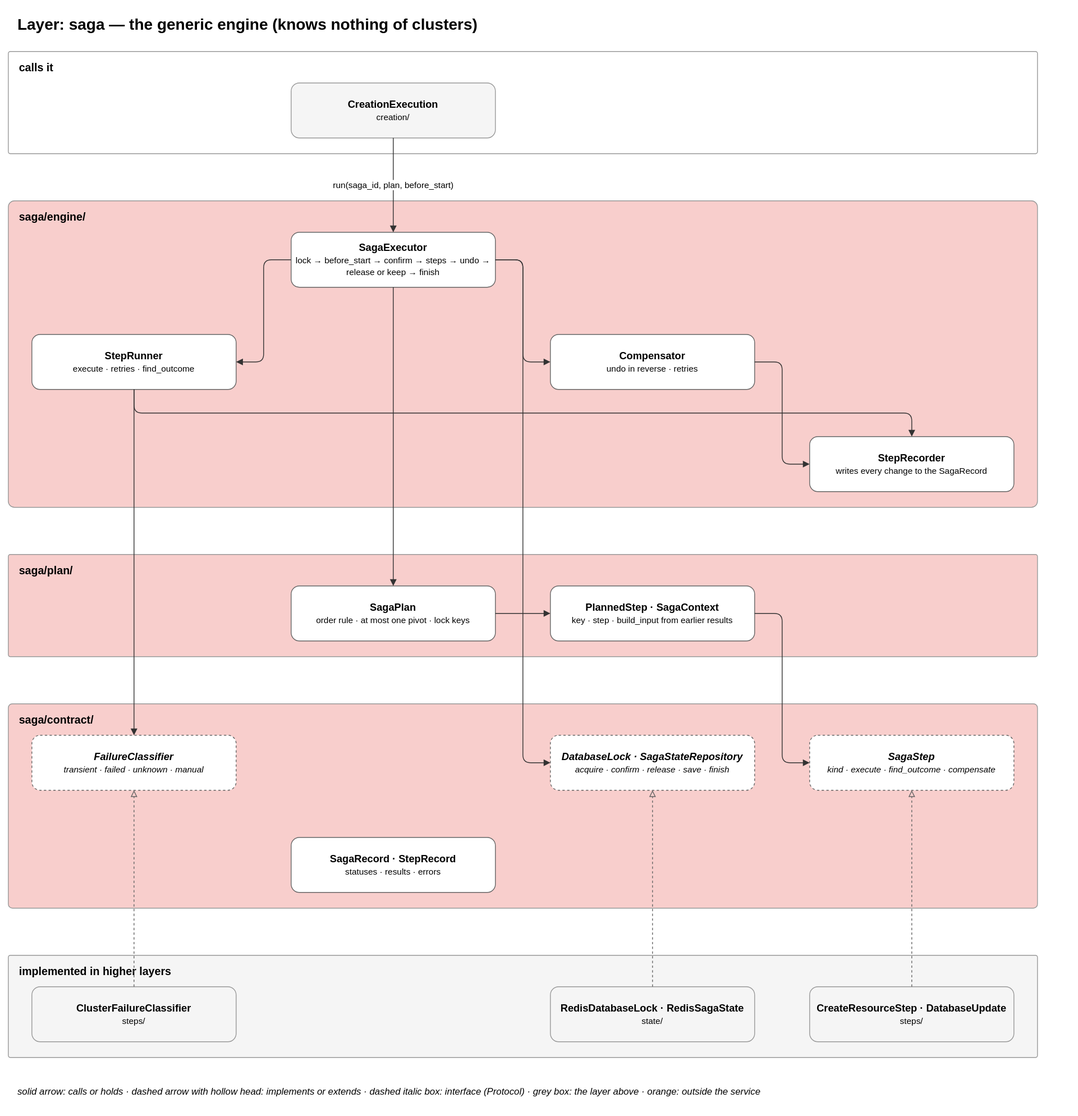
The draw.io diagram docs/diagrams/06-layer-saga.drawio.svg in EliShteinman/redis-enterprise-services, before a commit. Source tidied: cells renumbered, new cells last; positions are measured from the earlier drawing's top-left corner, leaving out a move shared by most shapes.
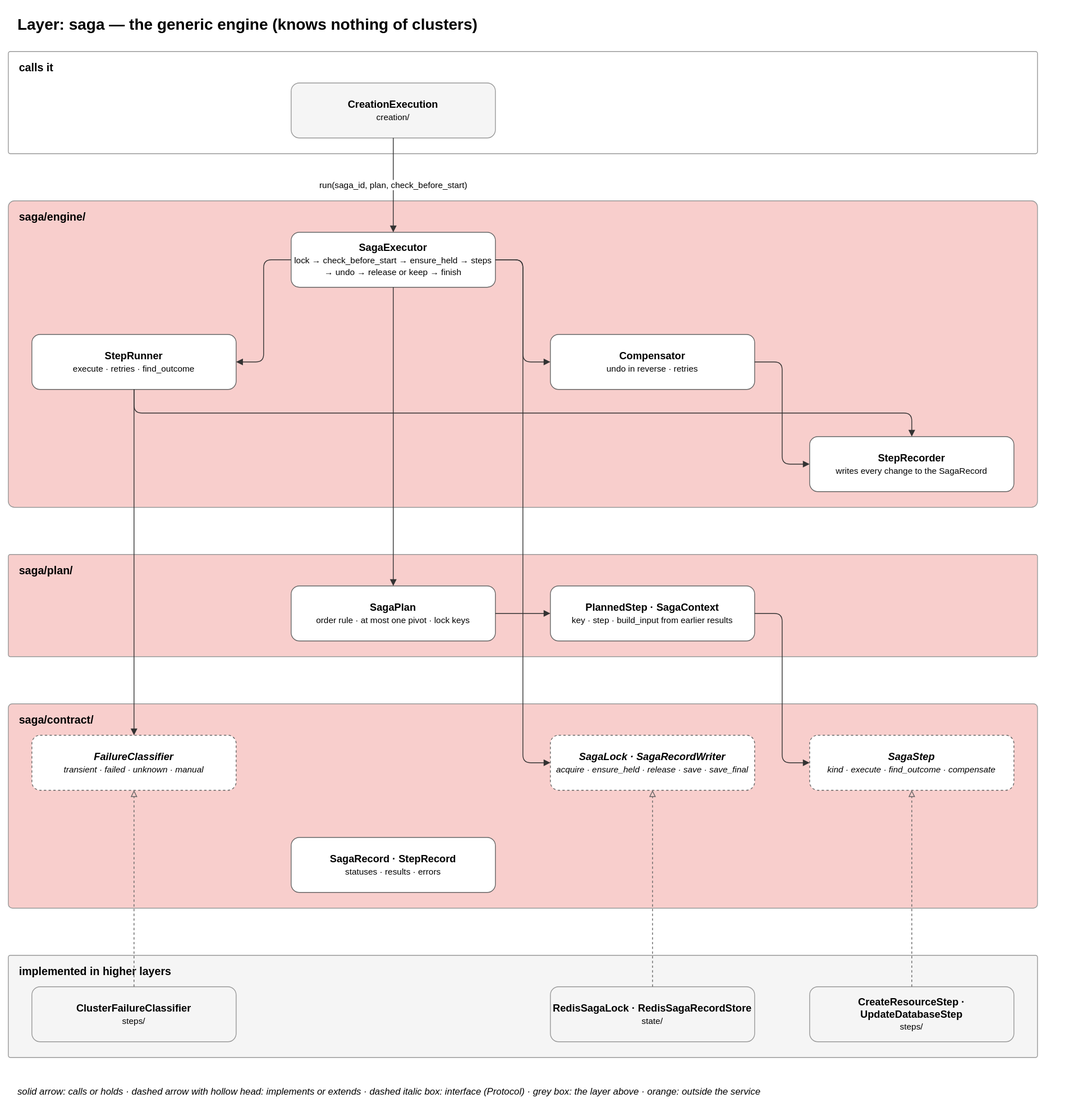
Above is the later version.

What changed in the source:
```diff
@@ -14,7 +14,7 @@
     <mxCell id="5" value="&lt;b&gt;saga/engine/&lt;/b&gt;" style="rounded=1;arcSize=2;fillColor=#f8cecc;strokeColor=#999999;verticalAlign=top;align=left;spacingLeft=12;spacingTop=6;html=1;fontSize=14;" parent="1" vertex="1">
       <mxGeometry y="245" width="1310" height="390" as="geometry" />
     </mxCell>
-    <mxCell id="6" value="&lt;b&gt;SagaExecutor&lt;/b&gt;&lt;br&gt;&lt;font style='font-size:11px'&gt;lock → before_start → confirm → steps → undo → release or keep → finish&lt;/font&gt;" style="rounded=1;whiteSpace=wrap;html=1;fillColor=#ffffff;strokeColor=#666666;fontSize=13;" parent="1" vertex="1">
+    <mxCell id="6" value="&lt;b&gt;SagaExecutor&lt;/b&gt;&lt;br&gt;&lt;font style='font-size:11px'&gt;lock → check_before_start → ensure_held → steps → undo → release or keep → finish&lt;/font&gt;" style="rounded=1;whiteSpace=wrap;html=1;fillColor=#ffffff;strokeColor=#666666;fontSize=13;" parent="1" vertex="1">
       <mxGeometry x="360" y="285" width="260" height="70" as="geometry" />
     </mxCell>
     <mxCell id="7" value="&lt;b&gt;StepRunner&lt;/b&gt;&lt;br&gt;&lt;font style='font-size:11px'&gt;execute · retries · find_outcome&lt;/font&gt;" style="rounded=1;whiteSpace=wrap;html=1;fillColor=#ffffff;strokeColor=#666666;fontSize=13;" parent="1" vertex="1">
@@ -41,7 +41,7 @@
     <mxCell id="14" value="&lt;b&gt;FailureClassifier&lt;/b&gt;&lt;br&gt;&lt;font style='font-size:11px'&gt;transient · failed · unknown · manual&lt;/font&gt;" style="rounded=1;whiteSpace=wrap;html=1;fillColor=#ffffff;strokeColor=#666666;fontSize=13;dashed=1;fontStyle=2;" parent="1" vertex="1">
       <mxGeometry x="30" y="925" width="260" height="70" as="geometry" />
     </mxCell>
-    <mxCell id="15" value="&lt;b&gt;DatabaseLock · SagaStateRepository&lt;/b&gt;&lt;br&gt;&lt;font style='font-size:11px'&gt;acquire · confirm · release · save · finish&lt;/font&gt;" style="rounded=1;whiteSpace=wrap;html=1;fillColor=#ffffff;strokeColor=#666666;fontSize=13;dashed=1;fontStyle=2;" parent="1" vertex="1">
+    <mxCell id="15" value="&lt;b&gt;SagaLock · SagaRecordWriter&lt;/b&gt;&lt;br&gt;&lt;font style='font-size:11px'&gt;acquire · ensure_held · release · save · save_final&lt;/font&gt;" style="rounded=1;whiteSpace=wrap;html=1;fillColor=#ffffff;strokeColor=#666666;fontSize=13;dashed=1;fontStyle=2;" parent="1" vertex="1">
       <mxGeometry x="690" y="925" width="260" height="70" as="geometry" />
     </mxCell>
     <mxCell id="16" value="&lt;b&gt;SagaStep&lt;/b&gt;&lt;br&gt;&lt;font style='font-size:11px'&gt;kind · execute · find_outcome · compensate&lt;/font&gt;" style="rounded=1;whiteSpace=wrap;html=1;fillColor=#ffffff;strokeColor=#666666;fontSize=13;dashed=1;fontStyle=2;" parent="1" vertex="1">
@@ -56,13 +56,13 @@
     <mxCell id="19" value="&lt;b&gt;ClusterFailureClassifier&lt;/b&gt;&lt;br&gt;&lt;font style='font-size:11px'&gt;steps/&lt;/font&gt;" style="rounded=1;whiteSpace=wrap;html=1;fillColor=#f5f5f5;strokeColor=#999999;fontSize=13;" parent="1" vertex="1">
       <mxGeometry x="30" y="1245" width="260" height="70" as="geometry" />
     </mxCell>
-    <mxCell id="20" value="&lt;b&gt;RedisDatabaseLock · RedisSagaState&lt;/b&gt;&lt;br&gt;&lt;font style='font-size:11px'&gt;state/&lt;/font&gt;" style="rounded=1;whiteSpace=wrap;html=1;fillColor=#f5f5f5;strokeColor=#999999;fontSize=13;" parent="1" vertex="1">
+    <mxCell id="20" value="&lt;b&gt;RedisSagaLock · RedisSagaRecordStore&lt;/b&gt;&lt;br&gt;&lt;font style='font-size:11px'&gt;state/&lt;/font&gt;" style="rounded=1;whiteSpace=wrap;html=1;fillColor=#f5f5f5;strokeColor=#999999;fontSize=13;" parent="1" vertex="1">
       <mxGeometry x="690" y="1245" width="260" height="70" as="geometry" />
     </mxCell>
-    <mxCell id="21" value="&lt;b&gt;CreateResourceStep · DatabaseUpdate&lt;/b&gt;&lt;br&gt;&lt;font style='font-size:11px'&gt;steps/&lt;/font&gt;" style="rounded=1;whiteSpace=wrap;html=1;fillColor=#f5f5f5;strokeColor=#999999;fontSize=13;" parent="1" vertex="1">
+    <mxCell id="21" value="&lt;b&gt;CreateResourceStep · UpdateDatabaseStep&lt;/b&gt;&lt;br&gt;&lt;font style='font-size:11px'&gt;steps/&lt;/font&gt;" style="rounded=1;whiteSpace=wrap;html=1;fillColor=#f5f5f5;strokeColor=#999999;fontSize=13;" parent="1" vertex="1">
       <mxGeometry x="1020" y="1245" width="260" height="70" as="geometry" />
     </mxCell>
-    <mxCell id="22" value="run(saga_id, plan, before_start)" style="edgeStyle=orthogonalEdgeStyle;rounded=1;html=1;fontSize=11;labelBackgroundColor=#ffffff;exitX=0.5;exitY=1;entryX=0.5;entryY=0;endArrow=block;strokeColor=#333333;" parent="1" edge="1" source="4" target="6">
+    <mxCell id="22" value="run(saga_id, plan, check_before_start)" style="edgeStyle=orthogonalEdgeStyle;rounded=1;html=1;fontSize=11;labelBackgroundColor=#ffffff;exitX=0.5;exitY=1;entryX=0.5;entryY=0;endArrow=block;strokeColor=#333333;" parent="1" edge="1" source="4" target="6">
       <mxGeometry relative="1" as="geometry" />
     </mxCell>
     <mxCell id="23" style="edgeStyle=orthogonalEdgeStyle;rounded=1;html=1;fontSize=11;labelBackgroundColor=#ffffff;exitX=0;exitY=0.5;entryX=1;entryY=0.5;endArrow=block;strokeColor=#333333;" parent="1" edge="1" source="6" target="7">
```
